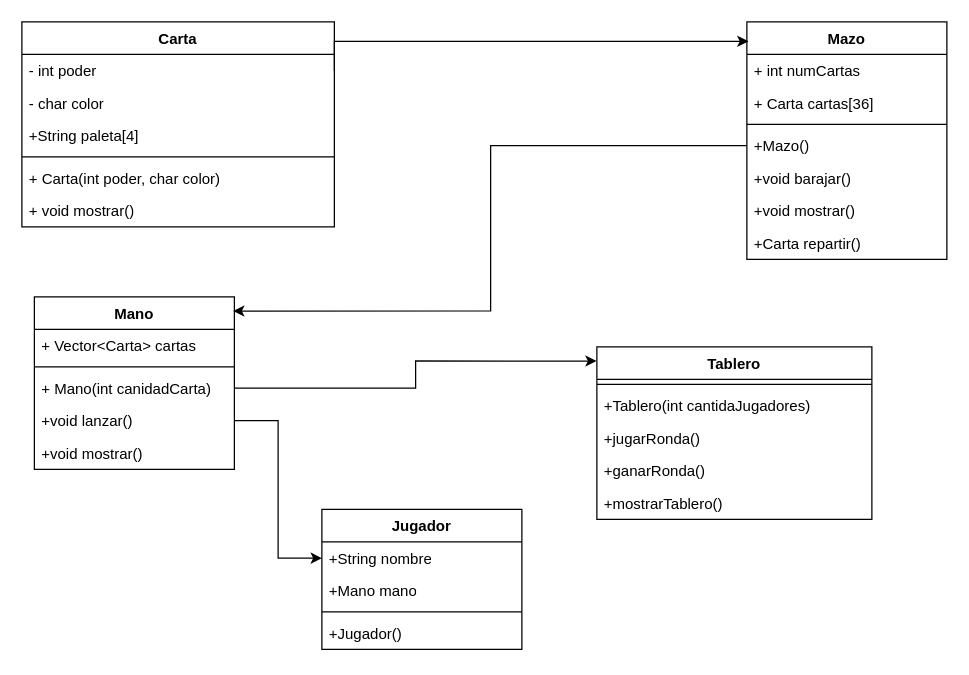
The draw.io diagram Diagrama sin título.drawio in Samuel-ITM/test, before the edit. Source tidied: cells renumbered, new cells numbered last; positions are measured from the earlier drawing's top-left corner, leaving out a move shared by most shapes. Both pictures are drawn from the tidied source at 125%, with x=0, y=0 at pixel (21, 21).
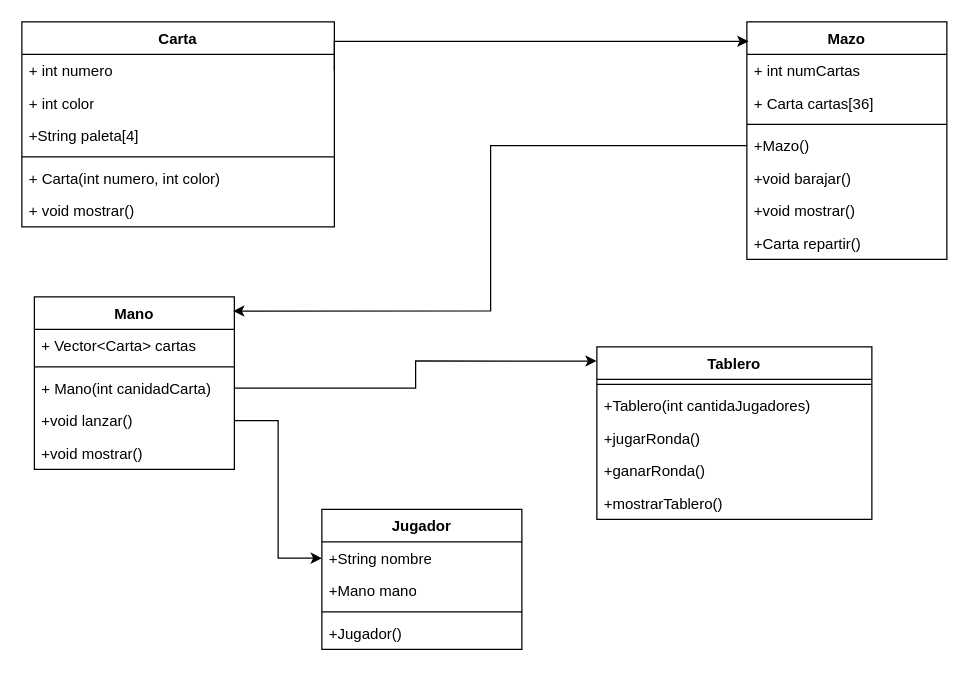
After the change.

The change refers to these unchanged cells:
```xml
<mxCell id="2" value="Carta" style="swimlane;fontStyle=1;align=center;verticalAlign=top;horizontal=1;startSize=26;whiteSpace=wrap;html=1;" parent="1" vertex="1">
  <mxGeometry width="250" height="164" as="geometry" />
</mxCell>
```

Change to the diagram source:
```diff
@@
-    <mxCell id="3" value="- int poder" style="text;strokeColor=none;fillColor=none;align=left;verticalAlign=top;spacingLeft=4;spacingRight=4;overflow=hidden;points=[[0,0.5],[1,0.5]];portConstraint=eastwest;whiteSpace=wrap;html=1;" parent="2" vertex="1">
+    <mxCell id="3" value="+ int numero" style="text;strokeColor=none;fillColor=none;align=left;verticalAlign=top;spacingLeft=4;spacingRight=4;overflow=hidden;points=[[0,0.5],[1,0.5]];portConstraint=eastwest;whiteSpace=wrap;html=1;" parent="2" vertex="1">
       <mxGeometry y="26" width="250" height="26" as="geometry" />
     </mxCell>
-    <mxCell id="4" value="- char color" style="text;strokeColor=none;fillColor=none;align=left;verticalAlign=top;spacingLeft=4;spacingRight=4;overflow=hidden;whiteSpace=wrap;html=1;" parent="2" vertex="1">
+    <mxCell id="4" value="+ int color" style="text;strokeColor=none;fillColor=none;align=left;verticalAlign=top;spacingLeft=4;spacingRight=4;overflow=hidden;whiteSpace=wrap;html=1;" parent="2" vertex="1">
       <mxGeometry y="52" width="250" height="26" as="geometry" />
     </mxCell>
@@
-    <mxCell id="7" value="+ Carta(int poder, char color)" style="text;strokeColor=none;fillColor=none;align=left;verticalAlign=top;spacingLeft=4;spacingRight=4;overflow=hidden;whiteSpace=wrap;html=1;" parent="2" vertex="1">
+    <mxCell id="7" value="+ Carta(int numero, int color)" style="text;strokeColor=none;fillColor=none;align=left;verticalAlign=top;spacingLeft=4;spacingRight=4;overflow=hidden;whiteSpace=wrap;html=1;" parent="2" vertex="1">
       <mxGeometry y="112" width="250" height="26" as="geometry" />
     </mxCell>
```
